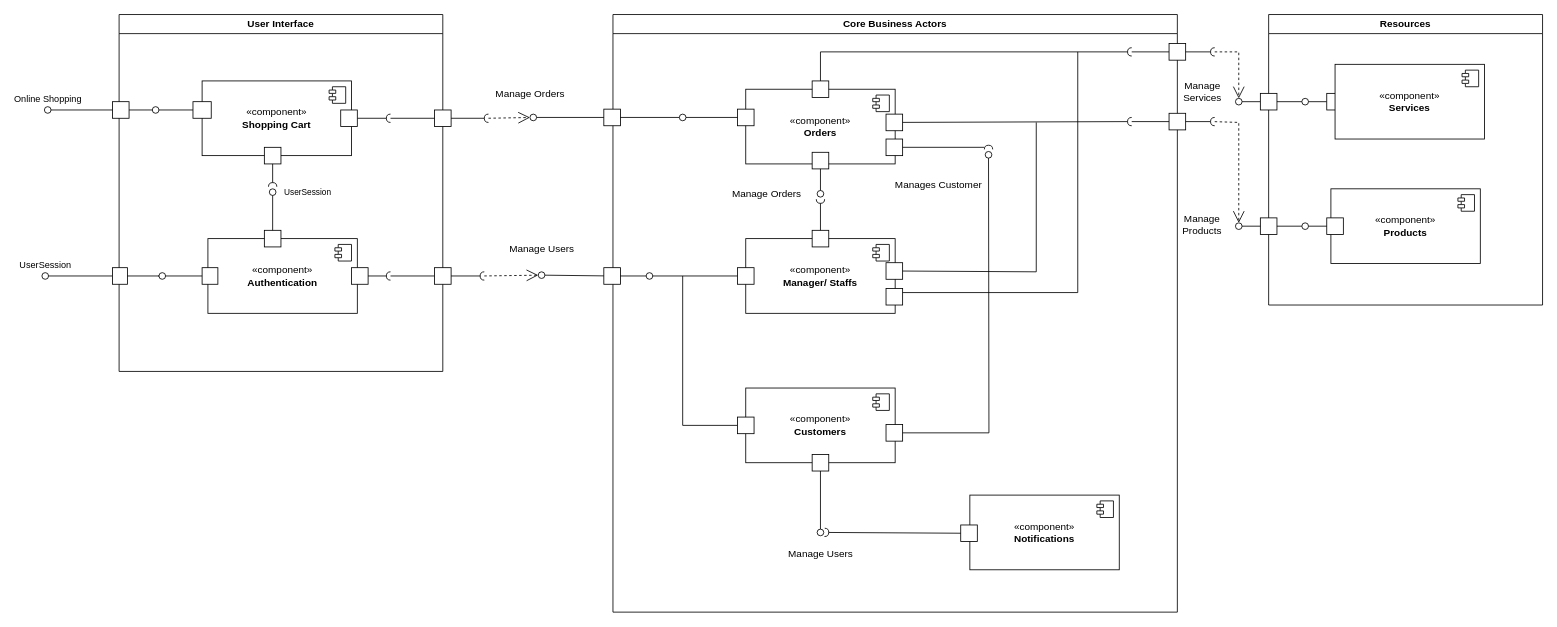
Above: component-diagram-spss.drawio in blueonline07/auth-demo (draw.io), before the change. Source tidied: cells renumbered, new cells numbered last; positions are measured from the earlier drawing's top-left corner, leaving out a move shared by most shapes. Both pictures are drawn from the tidied source at 83%, with x=0, y=0 at pixel (42, 14).
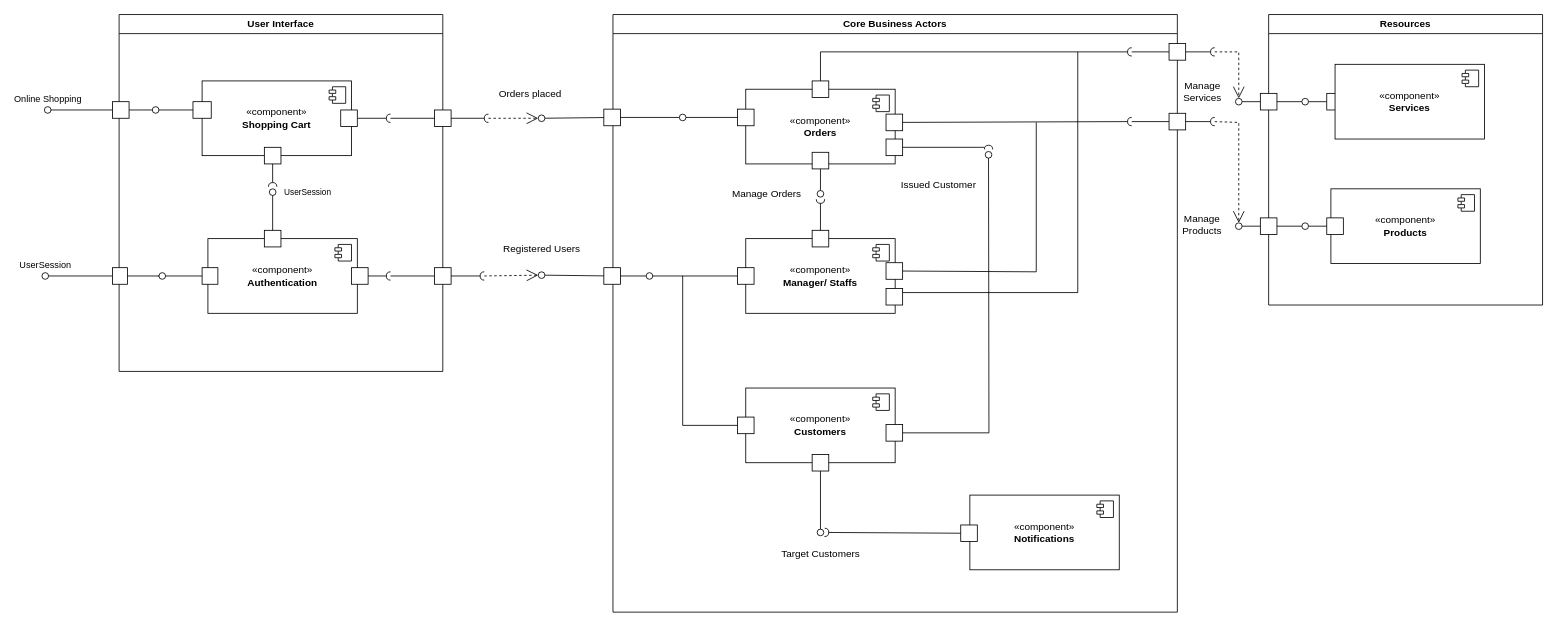
The same page after the edit.

The change refers to these unchanged cells:
```xml
<mxCell id="30" value="Core Business Actors" style="swimlane;whiteSpace=wrap;html=1;" parent="1" vertex="1">
  <mxGeometry x="688" width="680" height="720" as="geometry" />
</mxCell>
```

Change to the diagram source:
```diff
@@
-    <mxCell id="63" value="Manages Customer" style="text;html=1;align=center;verticalAlign=middle;strokeColor=none;fillColor=none;" parent="30" vertex="1">
-      <mxGeometry x="326.5" y="190" width="130" height="30" as="geometry" />
+    <mxCell id="63" value="Issued Customer" style="text;html=1;align=center;verticalAlign=middle;strokeColor=none;fillColor=none;" parent="30" vertex="1">
+      <mxGeometry x="336.5" y="190" width="110" height="30" as="geometry" />
     </mxCell>
@@
-    <mxCell id="81" value="Manage Users" style="text;html=1;align=center;verticalAlign=middle;strokeColor=none;fillColor=none;" parent="30" vertex="1">
-      <mxGeometry x="200" y="635" width="100" height="30" as="geometry" />
+    <mxCell id="81" value="Target Customers" style="text;html=1;align=center;verticalAlign=middle;strokeColor=none;fillColor=none;" parent="30" vertex="1">
+      <mxGeometry x="190" y="635" width="120" height="30" as="geometry" />
     </mxCell>
@@
     <mxCell id="113" style="ellipse;html=1;fontSize=11;align=center;fillColor=none;points=[];verticalAlign=bottom;labelPosition=center;verticalLabelPosition=top;flipH=1;" parent="1" vertex="1">
-      <mxGeometry x="588" y="120" width="8" height="8" as="geometry" />
+      <mxGeometry x="598" y="121" width="8" height="8" as="geometry" />
     </mxCell>
@@
-    <mxCell id="116" value="Manage Orders" style="text;html=1;align=center;verticalAlign=middle;strokeColor=none;fillColor=none;" parent="1" vertex="1">
-      <mxGeometry x="533" y="81" width="110" height="30" as="geometry" />
+    <mxCell id="116" value="Orders placed" style="text;html=1;align=center;verticalAlign=middle;strokeColor=none;fillColor=none;" parent="1" vertex="1">
+      <mxGeometry x="538" y="81" width="100" height="30" as="geometry" />
     </mxCell>
-    <mxCell id="117" value="Manage Users" style="text;html=1;align=center;verticalAlign=middle;strokeColor=none;fillColor=none;" parent="1" vertex="1">
-      <mxGeometry x="552" y="268" width="100" height="30" as="geometry" />
+    <mxCell id="117" value="Registered Users" style="text;html=1;align=center;verticalAlign=middle;strokeColor=none;fillColor=none;" parent="1" vertex="1">
+      <mxGeometry x="542" y="268" width="120" height="30" as="geometry" />
     </mxCell>
```
